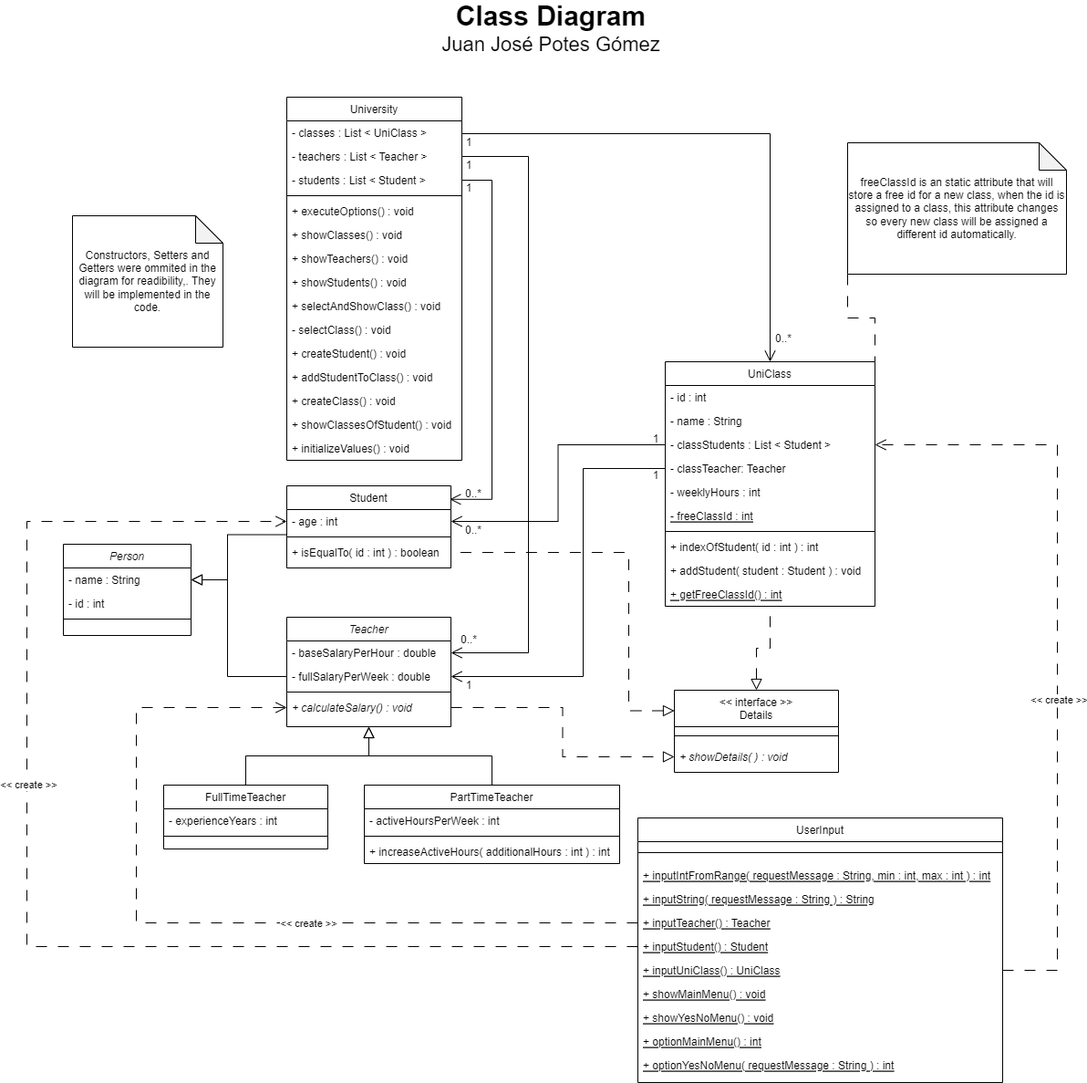
Earlier version of the draw.io export ClassDiagram_Juan Potes.png (J-Potes-GLB/JuanPotes_ProjectUniversity). Source tidied: cells renumbered, new cells last; positions are measured from the earlier drawing's top-left corner, leaving out a move shared by most shapes.
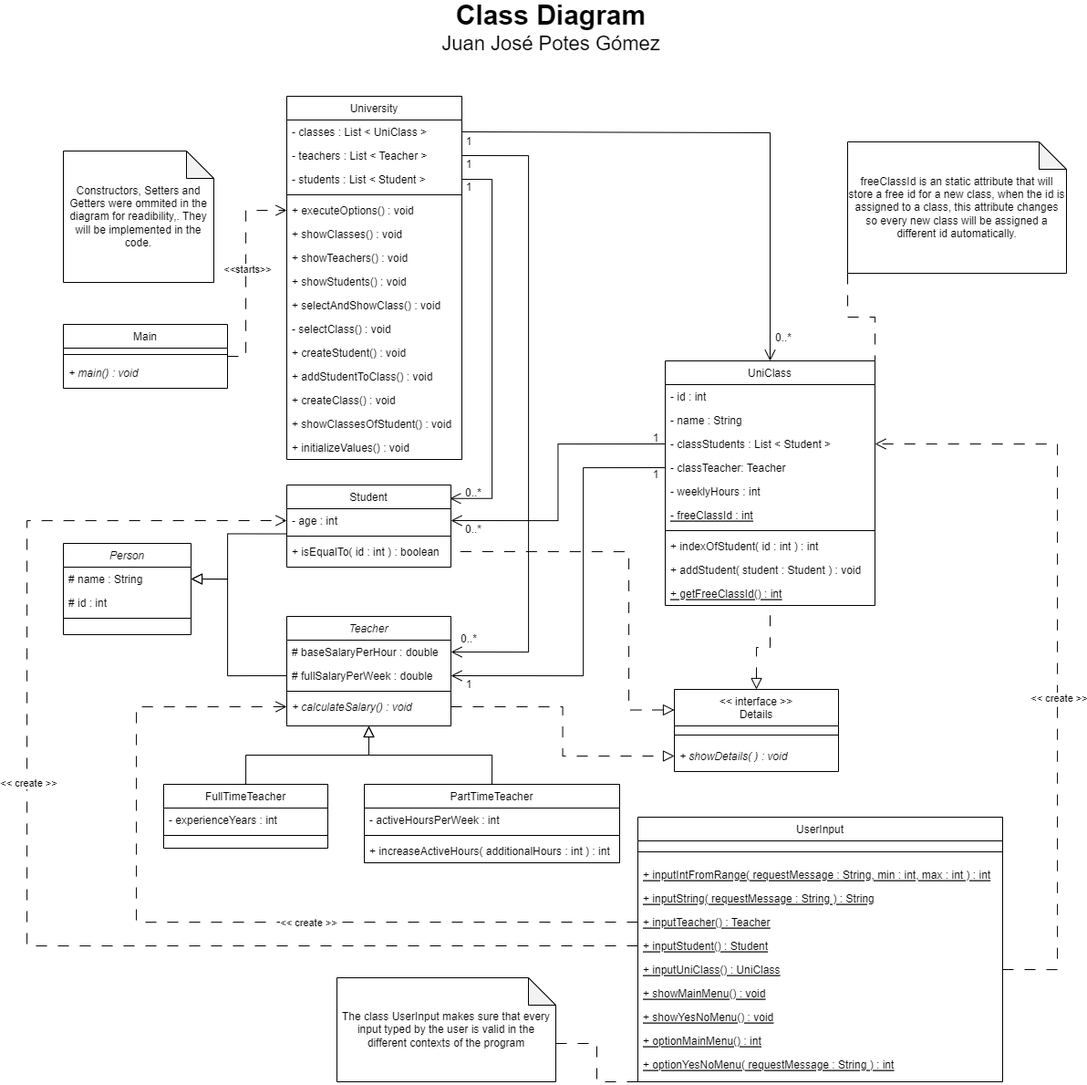
The same file after the commit.

Diff of the diagram source:
```diff
@@ -5,10 +5,10 @@
     <mxCell id="2" value="Person" style="swimlane;fontStyle=2;align=center;verticalAlign=top;horizontal=1;startSize=26;rounded=0;shadow=0;strokeWidth=1;" parent="1" vertex="1">
       <mxGeometry x="40" y="580" width="140" height="100" as="geometry" />
     </mxCell>
-    <mxCell id="3" value="- name : String" style="text;align=left;verticalAlign=top;spacingLeft=4;spacingRight=4;overflow=hidden;points=[[0,0.5],[1,0.5]];portConstraint=eastwest;" parent="2" vertex="1">
+    <mxCell id="3" value="# name : String" style="text;align=left;verticalAlign=top;spacingLeft=4;spacingRight=4;overflow=hidden;points=[[0,0.5],[1,0.5]];portConstraint=eastwest;" parent="2" vertex="1">
       <mxGeometry y="26" width="140" height="26" as="geometry" />
     </mxCell>
-    <mxCell id="4" value="- id : int" style="text;align=left;verticalAlign=top;spacingLeft=4;spacingRight=4;overflow=hidden;rounded=0;shadow=0;html=0;" parent="2" vertex="1">
+    <mxCell id="4" value="# id : int" style="text;align=left;verticalAlign=top;spacingLeft=4;spacingRight=4;overflow=hidden;rounded=0;shadow=0;html=0;" parent="2" vertex="1">
       <mxGeometry y="52" width="140" height="26" as="geometry" />
     </mxCell>
     <mxCell id="5" style="line;html=1;strokeWidth=1;align=left;verticalAlign=middle;spacingTop=-1;spacingLeft=3;spacingRight=3;labelPosition=right;" parent="2" vertex="1">
@@ -29,10 +29,10 @@
     <mxCell id="10" value="Teacher" style="swimlane;fontStyle=2;align=center;verticalAlign=top;horizontal=1;startSize=26;rounded=0;shadow=0;strokeWidth=1;" parent="1" vertex="1">
       <mxGeometry x="285" y="660" width="180" height="120" as="geometry" />
     </mxCell>
-    <mxCell id="11" value="- baseSalaryPerHour : double" style="text;align=left;verticalAlign=top;spacingLeft=4;spacingRight=4;overflow=hidden;points=[[0,0.5],[1,0.5]];portConstraint=eastwest;" parent="10" vertex="1">
+    <mxCell id="11" value="# baseSalaryPerHour : double" style="text;align=left;verticalAlign=top;spacingLeft=4;spacingRight=4;overflow=hidden;points=[[0,0.5],[1,0.5]];portConstraint=eastwest;" parent="10" vertex="1">
       <mxGeometry y="26" width="180" height="26" as="geometry" />
     </mxCell>
-    <mxCell id="12" value="- fullSalaryPerWeek : double" style="text;align=left;verticalAlign=top;spacingLeft=4;spacingRight=4;overflow=hidden;points=[[0,0.5],[1,0.5]];portConstraint=eastwest;" parent="10" vertex="1">
+    <mxCell id="12" value="# fullSalaryPerWeek : double" style="text;align=left;verticalAlign=top;spacingLeft=4;spacingRight=4;overflow=hidden;points=[[0,0.5],[1,0.5]];portConstraint=eastwest;" parent="10" vertex="1">
       <mxGeometry y="52" width="180" height="26" as="geometry" />
     </mxCell>
     <mxCell id="13" style="line;html=1;strokeWidth=1;align=left;verticalAlign=middle;spacingTop=-1;spacingLeft=3;spacingRight=3;labelPosition=right;" parent="10" vertex="1">
@@ -267,7 +267,7 @@
       <mxGeometry x="0.19" y="-1" relative="1" as="geometry" />
     </mxCell>
     <mxCell id="75" value="Constructors, Setters and Getters were ommited in the diagram for readibility,. They will be implemented in the code." style="shape=note;whiteSpace=wrap;html=1;backgroundOutline=1;darkOpacity=0.05;" parent="1" vertex="1">
-      <mxGeometry x="50" y="220" width="165" height="144" as="geometry" />
+      <mxGeometry x="40" y="150" width="165" height="144" as="geometry" />
     </mxCell>
     <mxCell id="76" style="edgeStyle=orthogonalEdgeStyle;rounded=0;jettySize=auto;html=1;exitX=0.5;exitY=0;exitDx=0;exitDy=0;entryX=0.5;entryY=1;entryDx=0;entryDy=0;endArrow=none;endFill=0;dashed=1;dashPattern=12 12;endSize=10;startArrow=block;startFill=0;startSize=10;" parent="1" edge="1" source="78" target="44">
       <mxGeometry relative="1" as="geometry" />
@@ -334,5 +334,36 @@
     <mxCell id="95" value="&lt;font style=&quot;&quot;&gt;&lt;b style=&quot;&quot;&gt;&lt;font style=&quot;font-size: 30px;&quot;&gt;Class Diagram&lt;/font&gt;&lt;/b&gt;&lt;br&gt;&lt;span style=&quot;font-size: 22px;&quot;&gt;Juan José Potes Gómez&lt;/span&gt;&lt;/font&gt;" style="text;strokeColor=none;align=center;fillColor=none;html=1;verticalAlign=middle;whiteSpace=wrap;rounded=0;" parent="1" vertex="1">
       <mxGeometry x="440" width="270" height="30" as="geometry" />
     </mxCell>
+    <mxCell id="96" style="edgeStyle=orthogonalEdgeStyle;rounded=0;jettySize=auto;html=1;exitX=1;exitY=0.5;exitDx=0;exitDy=0;entryX=0;entryY=0.5;entryDx=0;entryDy=0;endArrow=open;endFill=0;dashed=1;dashPattern=12 12;endSize=10;" parent="1" edge="1" source="98" target="20">
+      <mxGeometry relative="1" as="geometry">
+        <Array as="points">
+          <mxPoint x="240" y="375" />
+          <mxPoint x="240" y="215" />
+        </Array>
+      </mxGeometry>
+    </mxCell>
+    <mxCell id="97" value="&amp;lt;&amp;lt;starts&amp;gt;&amp;gt;" style="edgeLabel;html=1;align=center;verticalAlign=middle;" parent="96" vertex="1">
+      <mxGeometry x="0.03" y="-1" relative="1" as="geometry" />
+    </mxCell>
+    <mxCell id="98" value="Main" style="swimlane;fontStyle=0;align=center;verticalAlign=top;horizontal=1;startSize=26;rounded=0;shadow=0;strokeWidth=1;" parent="1" vertex="1">
+      <mxGeometry x="40" y="340" width="180" height="70" as="geometry" />
+    </mxCell>
+    <mxCell id="99" style="line;html=1;strokeWidth=1;align=left;verticalAlign=middle;spacingTop=-1;spacingLeft=3;spacingRight=3;labelPosition=right;" parent="98" vertex="1">
+      <mxGeometry y="26" width="180" height="14" as="geometry" />
+    </mxCell>
+    <mxCell id="100" value="+ main() : void" style="text;align=left;verticalAlign=top;spacingLeft=4;spacingRight=4;overflow=hidden;fontStyle=2;" parent="98" vertex="1">
+      <mxGeometry y="40" width="180" height="26" as="geometry" />
+    </mxCell>
+    <mxCell id="101" style="edgeStyle=orthogonalEdgeStyle;rounded=0;jettySize=auto;html=1;exitX=0;exitY=0;exitDx=239.99999999999997;exitDy=72;exitPerimeter=0;entryX=0;entryY=1;entryDx=0;entryDy=0;endArrow=none;endFill=0;dashed=1;dashPattern=12 12;" parent="1" edge="1" source="102" target="58">
+      <mxGeometry relative="1" as="geometry">
+        <Array as="points">
+          <mxPoint x="625" y="1128" />
+          <mxPoint x="625" y="1170" />
+        </Array>
+      </mxGeometry>
+    </mxCell>
+    <mxCell id="102" value="The class UserInput makes sure that every input typed by the user is valid in the different contexts of the program" style="shape=note;whiteSpace=wrap;html=1;backgroundOutline=1;darkOpacity=0.05;" parent="1" vertex="1">
+      <mxGeometry x="340" y="1056" width="240" height="114" as="geometry" />
+    </mxCell>
   </root>
 </mxGraphModel>
```
